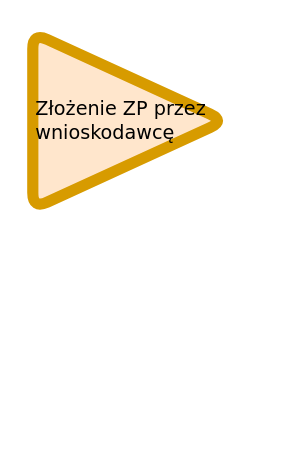
Earlier version of the draw.io diagram Untitled Diagram.drawio (WelfareUnit/Projekt2). Source tidied: cells renumbered, new cells numbered last; positions are measured from the earlier drawing's top-left corner, leaving out a move shared by most shapes. Both pictures are drawn from the tidied source at 160%, with x=0, y=0 at pixel (32, 32).
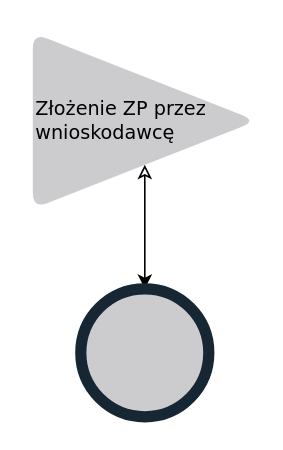
The same diagram, later.

The edit, as a diff of the source:
```diff
@@
 <mxGraphModel>
   <root>
     <mxCell id="0" />
     <mxCell id="1" parent="0" />
+    <mxCell id="3" style="edgeStyle=orthogonalEdgeStyle;rounded=0;jettySize=auto;html=1;exitX=0.5;exitY=1;exitDx=0;exitDy=0;entryX=0.5;entryY=0;entryDx=0;entryDy=0;fontFamily=Verdana;startArrow=classic;startFill=0;" parent="1" edge="1" source="2" target="4">
+      <mxGeometry relative="1" as="geometry" />
+    </mxCell>
-    <mxCell id="2" value="Złożenie ZP przez wnioskodawcę" style="triangle;whiteSpace=wrap;html=1;fontFamily=Verdana;align=left;fillColor=#ffe6cc;strokeColor=#d79b00;strokeWidth=7;rounded=1;" parent="1" vertex="1">
-      <mxGeometry width="120" height="110" as="geometry" />
+    <mxCell id="2" value="Złożenie ZP przez wnioskodawcę" style="triangle;whiteSpace=wrap;html=1;fontFamily=Verdana;align=left;strokeWidth=7;rounded=1;fillColor=#cccccf;strokeColor=none;" parent="1" vertex="1">
+      <mxGeometry width="140" height="110" as="geometry" />
     </mxCell>
+    <mxCell id="4" style="ellipse;whiteSpace=wrap;html=1;rounded=1;fontFamily=Verdana;strokeColor=#162632;strokeWidth=7;fillColor=#cccccf;align=left;" parent="1" vertex="1">
+      <mxGeometry x="30" y="160" width="80" height="80" as="geometry" />
+    </mxCell>
   </root>
 </mxGraphModel>
```
